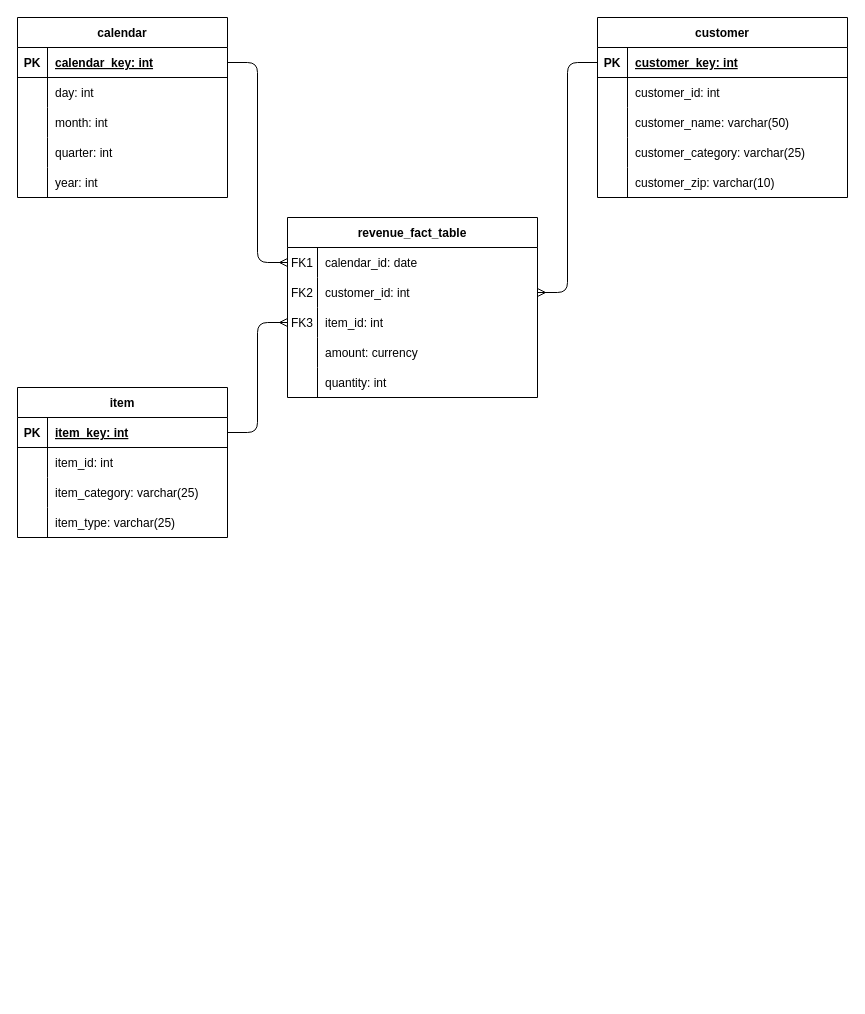
Earlier version of the draw.io diagram Untitled Diagram.drawio (PullMyFork/hello-world). Source tidied: cells renumbered, new cells numbered last; positions are measured from the earlier drawing's top-left corner, leaving out a move shared by most shapes. Both pictures are drawn from the tidied source at 100%, with x=0, y=0 at pixel (17, 17).
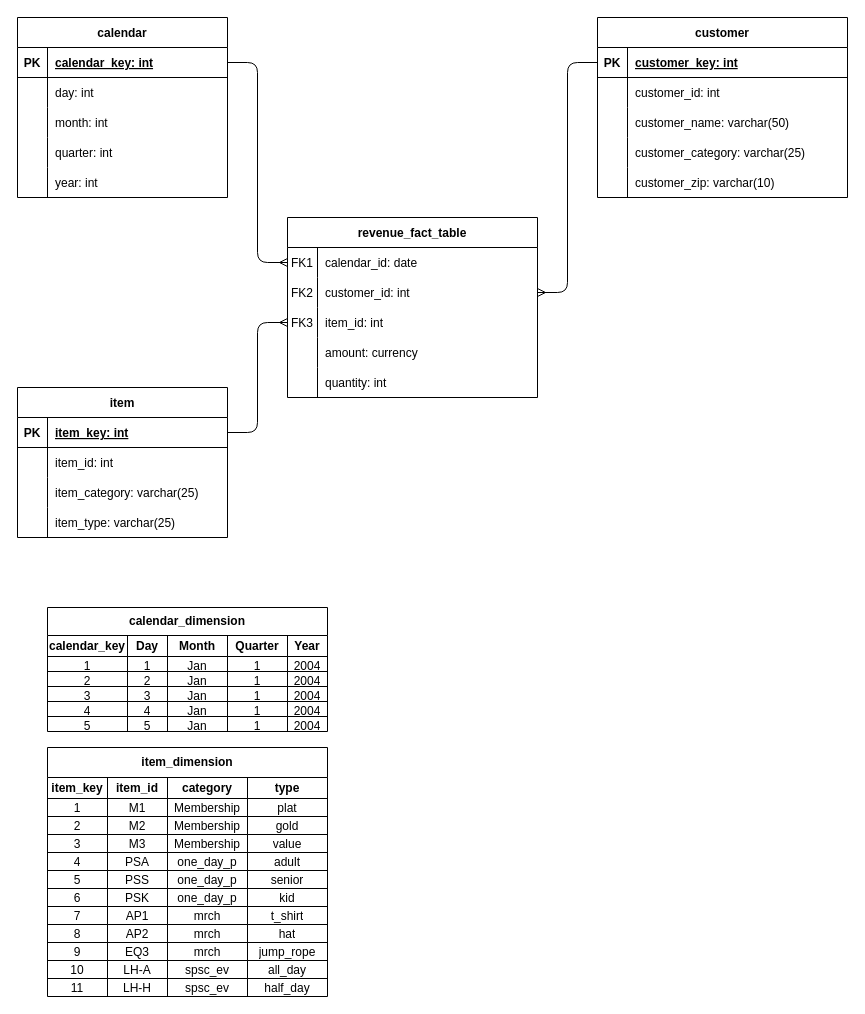
After the change.

What changed in the source:
```diff
@@
+    <mxCell id="66" value="calendar_dimension" style="shape=table;html=1;whiteSpace=wrap;startSize=28;childLayout=tableLayout;fontStyle=1;align=center;resizeLastRow=1;" parent="1" vertex="1">
+      <mxGeometry x="30" y="590" width="280" height="124" as="geometry" />
+    </mxCell>
+    <mxCell id="67" style="shape=partialRectangle;html=1;whiteSpace=wrap;fillColor=none;top=0;left=0;bottom=0;right=0;" parent="66" vertex="1">
+      <mxGeometry y="28" width="280" height="21" as="geometry" />
+    </mxCell>
+    <mxCell id="68" value="&lt;div&gt;calendar_key&lt;/div&gt;" style="shape=partialRectangle;html=1;whiteSpace=wrap;fillColor=none;top=0;left=0;bottom=0;right=0;overflow=hidden;fontStyle=1;" parent="67" vertex="1">
+      <mxGeometry width="80" height="21" as="geometry" />
+    </mxCell>
+    <mxCell id="69" value="Day" style="shape=partialRectangle;html=1;whiteSpace=wrap;fillColor=none;top=0;left=0;bottom=0;right=0;overflow=hidden;fontStyle=1;" parent="67" vertex="1">
+      <mxGeometry x="80" width="40" height="21" as="geometry" />
+    </mxCell>
+    <mxCell id="70" value="Month" style="shape=partialRectangle;html=1;whiteSpace=wrap;fillColor=none;top=0;left=0;bottom=0;right=0;overflow=hidden;fontStyle=1;" parent="67" vertex="1">
+      <mxGeometry x="120" width="60" height="21" as="geometry" />
+    </mxCell>
+    <mxCell id="71" value="Quarter" style="shape=partialRectangle;html=1;whiteSpace=wrap;fillColor=none;top=0;left=0;bottom=0;right=0;overflow=hidden;fontStyle=1;" parent="67" vertex="1">
+      <mxGeometry x="180" width="60" height="21" as="geometry" />
+    </mxCell>
+    <mxCell id="72" value="Year" style="shape=partialRectangle;html=1;whiteSpace=wrap;fillColor=none;top=0;left=0;bottom=0;right=0;overflow=hidden;fontStyle=1;" parent="67" vertex="1">
+      <mxGeometry x="240" width="40" height="21" as="geometry" />
+    </mxCell>
+    <mxCell id="73" style="shape=partialRectangle;html=1;whiteSpace=wrap;fillColor=none;top=0;left=0;bottom=0;right=0;" parent="66" vertex="1">
+      <mxGeometry y="49" width="280" height="15" as="geometry" />
+    </mxCell>
+    <mxCell id="74" value="1" style="shape=partialRectangle;html=1;whiteSpace=wrap;fillColor=none;top=0;left=0;bottom=0;right=0;overflow=hidden;" parent="73" vertex="1">
+      <mxGeometry width="80" height="15" as="geometry" />
+    </mxCell>
+    <mxCell id="75" value="1" style="shape=partialRectangle;html=1;whiteSpace=wrap;fillColor=none;top=0;left=0;bottom=0;right=0;overflow=hidden;" parent="73" vertex="1">
+      <mxGeometry x="80" width="40" height="15" as="geometry" />
+    </mxCell>
+    <mxCell id="76" value="Jan" style="shape=partialRectangle;html=1;whiteSpace=wrap;fillColor=none;top=0;left=0;bottom=0;right=0;overflow=hidden;" parent="73" vertex="1">
+      <mxGeometry x="120" width="60" height="15" as="geometry" />
+    </mxCell>
+    <mxCell id="77" value="1" style="shape=partialRectangle;html=1;whiteSpace=wrap;fillColor=none;top=0;left=0;bottom=0;right=0;overflow=hidden;" parent="73" vertex="1">
+      <mxGeometry x="180" width="60" height="15" as="geometry" />
+    </mxCell>
+    <mxCell id="78" value="2004" style="shape=partialRectangle;html=1;whiteSpace=wrap;fillColor=none;top=0;left=0;bottom=0;right=0;overflow=hidden;" parent="73" vertex="1">
+      <mxGeometry x="240" width="40" height="15" as="geometry" />
+    </mxCell>
+    <mxCell id="79" style="shape=partialRectangle;html=1;whiteSpace=wrap;fillColor=none;top=0;left=0;bottom=0;right=0;" parent="66" vertex="1">
+      <mxGeometry y="64" width="280" height="15" as="geometry" />
+    </mxCell>
+    <mxCell id="80" value="2" style="shape=partialRectangle;html=1;whiteSpace=wrap;fillColor=none;top=0;left=0;bottom=0;right=0;overflow=hidden;" parent="79" vertex="1">
+      <mxGeometry width="80" height="15" as="geometry" />
+    </mxCell>
+    <mxCell id="81" value="2" style="shape=partialRectangle;html=1;whiteSpace=wrap;fillColor=none;top=0;left=0;bottom=0;right=0;overflow=hidden;" parent="79" vertex="1">
+      <mxGeometry x="80" width="40" height="15" as="geometry" />
+    </mxCell>
+    <mxCell id="82" value="Jan" style="shape=partialRectangle;html=1;whiteSpace=wrap;fillColor=none;top=0;left=0;bottom=0;right=0;overflow=hidden;" parent="79" vertex="1">
+      <mxGeometry x="120" width="60" height="15" as="geometry" />
+    </mxCell>
+    <mxCell id="83" value="1" style="shape=partialRectangle;html=1;whiteSpace=wrap;fillColor=none;top=0;left=0;bottom=0;right=0;overflow=hidden;" parent="79" vertex="1">
+      <mxGeometry x="180" width="60" height="15" as="geometry" />
+    </mxCell>
+    <mxCell id="84" value="2004" style="shape=partialRectangle;html=1;whiteSpace=wrap;fillColor=none;top=0;left=0;bottom=0;right=0;overflow=hidden;" parent="79" vertex="1">
+      <mxGeometry x="240" width="40" height="15" as="geometry" />
+    </mxCell>
+    <mxCell id="85" style="shape=partialRectangle;html=1;whiteSpace=wrap;fillColor=none;top=0;left=0;bottom=0;right=0;" parent="66" vertex="1">
+      <mxGeometry y="79" width="280" height="15" as="geometry" />
+    </mxCell>
+    <mxCell id="86" value="3" style="shape=partialRectangle;html=1;whiteSpace=wrap;fillColor=none;top=0;left=0;bottom=0;right=0;overflow=hidden;" parent="85" vertex="1">
+      <mxGeometry width="80" height="15" as="geometry" />
+    </mxCell>
+    <mxCell id="87" value="3" style="shape=partialRectangle;html=1;whiteSpace=wrap;fillColor=none;top=0;left=0;bottom=0;right=0;overflow=hidden;" parent="85" vertex="1">
+      <mxGeometry x="80" width="40" height="15" as="geometry" />
+    </mxCell>
+    <mxCell id="88" value="Jan" style="shape=partialRectangle;html=1;whiteSpace=wrap;fillColor=none;top=0;left=0;bottom=0;right=0;overflow=hidden;" parent="85" vertex="1">
+      <mxGeometry x="120" width="60" height="15" as="geometry" />
+    </mxCell>
+    <mxCell id="89" value="1" style="shape=partialRectangle;html=1;whiteSpace=wrap;fillColor=none;top=0;left=0;bottom=0;right=0;overflow=hidden;" parent="85" vertex="1">
+      <mxGeometry x="180" width="60" height="15" as="geometry" />
+    </mxCell>
+    <mxCell id="90" value="2004" style="shape=partialRectangle;html=1;whiteSpace=wrap;fillColor=none;top=0;left=0;bottom=0;right=0;overflow=hidden;" parent="85" vertex="1">
+      <mxGeometry x="240" width="40" height="15" as="geometry" />
+    </mxCell>
+    <mxCell id="91" style="shape=partialRectangle;html=1;whiteSpace=wrap;fillColor=none;top=0;left=0;bottom=0;right=0;" parent="66" vertex="1">
+      <mxGeometry y="94" width="280" height="15" as="geometry" />
+    </mxCell>
+    <mxCell id="92" value="4" style="shape=partialRectangle;html=1;whiteSpace=wrap;fillColor=none;top=0;left=0;bottom=0;right=0;overflow=hidden;" parent="91" vertex="1">
+      <mxGeometry width="80" height="15" as="geometry" />
+    </mxCell>
+    <mxCell id="93" value="4" style="shape=partialRectangle;html=1;whiteSpace=wrap;fillColor=none;top=0;left=0;bottom=0;right=0;overflow=hidden;" parent="91" vertex="1">
+      <mxGeometry x="80" width="40" height="15" as="geometry" />
+    </mxCell>
+    <mxCell id="94" value="Jan" style="shape=partialRectangle;html=1;whiteSpace=wrap;fillColor=none;top=0;left=0;bottom=0;right=0;overflow=hidden;" parent="91" vertex="1">
+      <mxGeometry x="120" width="60" height="15" as="geometry" />
+    </mxCell>
+    <mxCell id="95" value="1" style="shape=partialRectangle;html=1;whiteSpace=wrap;fillColor=none;top=0;left=0;bottom=0;right=0;overflow=hidden;" parent="91" vertex="1">
+      <mxGeometry x="180" width="60" height="15" as="geometry" />
+    </mxCell>
+    <mxCell id="96" value="2004" style="shape=partialRectangle;html=1;whiteSpace=wrap;fillColor=none;top=0;left=0;bottom=0;right=0;overflow=hidden;" parent="91" vertex="1">
+      <mxGeometry x="240" width="40" height="15" as="geometry" />
+    </mxCell>
+    <mxCell id="97" style="shape=partialRectangle;html=1;whiteSpace=wrap;fillColor=none;top=0;left=0;bottom=0;right=0;" parent="66" vertex="1">
+      <mxGeometry y="109" width="280" height="15" as="geometry" />
+    </mxCell>
+    <mxCell id="98" value="5" style="shape=partialRectangle;html=1;whiteSpace=wrap;fillColor=none;top=0;left=0;bottom=0;right=0;overflow=hidden;" parent="97" vertex="1">
+      <mxGeometry width="80" height="15" as="geometry" />
+    </mxCell>
+    <mxCell id="99" value="5" style="shape=partialRectangle;html=1;whiteSpace=wrap;fillColor=none;top=0;left=0;bottom=0;right=0;overflow=hidden;" parent="97" vertex="1">
+      <mxGeometry x="80" width="40" height="15" as="geometry" />
+    </mxCell>
+    <mxCell id="100" value="Jan" style="shape=partialRectangle;html=1;whiteSpace=wrap;fillColor=none;top=0;left=0;bottom=0;right=0;overflow=hidden;" parent="97" vertex="1">
+      <mxGeometry x="120" width="60" height="15" as="geometry" />
+    </mxCell>
+    <mxCell id="101" value="1" style="shape=partialRectangle;html=1;whiteSpace=wrap;fillColor=none;top=0;left=0;bottom=0;right=0;overflow=hidden;" parent="97" vertex="1">
+      <mxGeometry x="180" width="60" height="15" as="geometry" />
+    </mxCell>
+    <mxCell id="102" value="2004" style="shape=partialRectangle;html=1;whiteSpace=wrap;fillColor=none;top=0;left=0;bottom=0;right=0;overflow=hidden;" parent="97" vertex="1">
+      <mxGeometry x="240" width="40" height="15" as="geometry" />
+    </mxCell>
+    <mxCell id="103" value="item_dimension" style="shape=table;html=1;whiteSpace=wrap;startSize=30;childLayout=tableLayout;fontStyle=1;align=center;" parent="1" vertex="1">
+      <mxGeometry x="30" y="730" width="280" height="249" as="geometry" />
+    </mxCell>
+    <mxCell id="104" style="shape=partialRectangle;html=1;whiteSpace=wrap;fillColor=none;top=0;left=0;bottom=0;right=0;" parent="103" vertex="1">
+      <mxGeometry y="30" width="280" height="21" as="geometry" />
+    </mxCell>
+    <mxCell id="105" value="item_key" style="shape=partialRectangle;html=1;whiteSpace=wrap;fillColor=none;top=0;left=0;bottom=0;right=0;overflow=hidden;fontStyle=1;" parent="104" vertex="1">
+      <mxGeometry width="60" height="21" as="geometry" />
+    </mxCell>
+    <mxCell id="106" value="item_id" style="shape=partialRectangle;html=1;whiteSpace=wrap;fillColor=none;top=0;left=0;bottom=0;right=0;overflow=hidden;fontStyle=1;" parent="104" vertex="1">
+      <mxGeometry x="60" width="60" height="21" as="geometry" />
+    </mxCell>
+    <mxCell id="107" value="category" style="shape=partialRectangle;html=1;whiteSpace=wrap;fillColor=none;top=0;left=0;bottom=0;right=0;overflow=hidden;fontStyle=1;" parent="104" vertex="1">
+      <mxGeometry x="120" width="80" height="21" as="geometry" />
+    </mxCell>
+    <mxCell id="108" value="type" style="shape=partialRectangle;html=1;whiteSpace=wrap;fillColor=none;top=0;left=0;bottom=0;right=0;overflow=hidden;fontStyle=1;" parent="104" vertex="1">
+      <mxGeometry x="200" width="80" height="21" as="geometry" />
+    </mxCell>
+    <mxCell id="109" style="shape=partialRectangle;html=1;whiteSpace=wrap;fillColor=none;top=0;left=0;bottom=0;right=0;" parent="103" vertex="1">
+      <mxGeometry y="51" width="280" height="18" as="geometry" />
+    </mxCell>
+    <mxCell id="110" value="1" style="shape=partialRectangle;html=1;whiteSpace=wrap;fillColor=none;top=0;left=0;bottom=0;right=0;overflow=hidden;" parent="109" vertex="1">
+      <mxGeometry width="60" height="18" as="geometry" />
+    </mxCell>
+    <mxCell id="111" value="M1" style="shape=partialRectangle;html=1;whiteSpace=wrap;fillColor=none;top=0;left=0;bottom=0;right=0;overflow=hidden;" parent="109" vertex="1">
+      <mxGeometry x="60" width="60" height="18" as="geometry" />
+    </mxCell>
+    <mxCell id="112" value="Membership" style="shape=partialRectangle;html=1;whiteSpace=wrap;fillColor=none;top=0;left=0;bottom=0;right=0;overflow=hidden;" parent="109" vertex="1">
+      <mxGeometry x="120" width="80" height="18" as="geometry" />
+    </mxCell>
+    <mxCell id="113" value="plat" style="shape=partialRectangle;html=1;whiteSpace=wrap;fillColor=none;top=0;left=0;bottom=0;right=0;overflow=hidden;" parent="109" vertex="1">
+      <mxGeometry x="200" width="80" height="18" as="geometry" />
+    </mxCell>
+    <mxCell id="114" style="shape=partialRectangle;html=1;whiteSpace=wrap;fillColor=none;top=0;left=0;bottom=0;right=0;" parent="103" vertex="1">
+      <mxGeometry y="69" width="280" height="18" as="geometry" />
+    </mxCell>
+    <mxCell id="115" value="2" style="shape=partialRectangle;html=1;whiteSpace=wrap;fillColor=none;top=0;left=0;bottom=0;right=0;overflow=hidden;" parent="114" vertex="1">
+      <mxGeometry width="60" height="18" as="geometry" />
+    </mxCell>
+    <mxCell id="116" value="M2" style="shape=partialRectangle;html=1;whiteSpace=wrap;fillColor=none;top=0;left=0;bottom=0;right=0;overflow=hidden;" parent="114" vertex="1">
+      <mxGeometry x="60" width="60" height="18" as="geometry" />
+    </mxCell>
+    <mxCell id="117" value="Membership" style="shape=partialRectangle;html=1;whiteSpace=wrap;fillColor=none;top=0;left=0;bottom=0;right=0;overflow=hidden;" parent="114" vertex="1">
+      <mxGeometry x="120" width="80" height="18" as="geometry" />
+    </mxCell>
+    <mxCell id="118" value="gold" style="shape=partialRectangle;html=1;whiteSpace=wrap;fillColor=none;top=0;left=0;bottom=0;right=0;overflow=hidden;" parent="114" vertex="1">
+      <mxGeometry x="200" width="80" height="18" as="geometry" />
+    </mxCell>
+    <mxCell id="119" style="shape=partialRectangle;html=1;whiteSpace=wrap;fillColor=none;top=0;left=0;bottom=0;right=0;" parent="103" vertex="1">
+      <mxGeometry y="87" width="280" height="18" as="geometry" />
+    </mxCell>
+    <mxCell id="120" value="3" style="shape=partialRectangle;html=1;whiteSpace=wrap;fillColor=none;top=0;left=0;bottom=0;right=0;overflow=hidden;" parent="119" vertex="1">
+      <mxGeometry width="60" height="18" as="geometry" />
+    </mxCell>
+    <mxCell id="121" value="M3" style="shape=partialRectangle;html=1;whiteSpace=wrap;fillColor=none;top=0;left=0;bottom=0;right=0;overflow=hidden;" parent="119" vertex="1">
+      <mxGeometry x="60" width="60" height="18" as="geometry" />
+    </mxCell>
+    <mxCell id="122" value="Membership" style="shape=partialRectangle;html=1;whiteSpace=wrap;fillColor=none;top=0;left=0;bottom=0;right=0;overflow=hidden;" parent="119" vertex="1">
+      <mxGeometry x="120" width="80" height="18" as="geometry" />
+    </mxCell>
+    <mxCell id="123" value="value" style="shape=partialRectangle;html=1;whiteSpace=wrap;fillColor=none;top=0;left=0;bottom=0;right=0;overflow=hidden;" parent="119" vertex="1">
+      <mxGeometry x="200" width="80" height="18" as="geometry" />
+    </mxCell>
+    <mxCell id="124" style="shape=partialRectangle;html=1;whiteSpace=wrap;fillColor=none;top=0;left=0;bottom=0;right=0;" parent="103" vertex="1">
+      <mxGeometry y="105" width="280" height="18" as="geometry" />
+    </mxCell>
+    <mxCell id="125" value="4" style="shape=partialRectangle;html=1;whiteSpace=wrap;fillColor=none;top=0;left=0;bottom=0;right=0;overflow=hidden;" parent="124" vertex="1">
+      <mxGeometry width="60" height="18" as="geometry" />
+    </mxCell>
+    <mxCell id="126" value="PSA" style="shape=partialRectangle;html=1;whiteSpace=wrap;fillColor=none;top=0;left=0;bottom=0;right=0;overflow=hidden;" parent="124" vertex="1">
+      <mxGeometry x="60" width="60" height="18" as="geometry" />
+    </mxCell>
+    <mxCell id="127" value="one_day_p" style="shape=partialRectangle;html=1;whiteSpace=wrap;fillColor=none;top=0;left=0;bottom=0;right=0;overflow=hidden;" parent="124" vertex="1">
+      <mxGeometry x="120" width="80" height="18" as="geometry" />
+    </mxCell>
+    <mxCell id="128" value="adult" style="shape=partialRectangle;html=1;whiteSpace=wrap;fillColor=none;top=0;left=0;bottom=0;right=0;overflow=hidden;" parent="124" vertex="1">
+      <mxGeometry x="200" width="80" height="18" as="geometry" />
+    </mxCell>
+    <mxCell id="129" style="shape=partialRectangle;html=1;whiteSpace=wrap;fillColor=none;top=0;left=0;bottom=0;right=0;" parent="103" vertex="1">
+      <mxGeometry y="123" width="280" height="18" as="geometry" />
+    </mxCell>
+    <mxCell id="130" value="5" style="shape=partialRectangle;html=1;whiteSpace=wrap;fillColor=none;top=0;left=0;bottom=0;right=0;overflow=hidden;" parent="129" vertex="1">
+      <mxGeometry width="60" height="18" as="geometry" />
+    </mxCell>
+    <mxCell id="131" value="PSS" style="shape=partialRectangle;html=1;whiteSpace=wrap;fillColor=none;top=0;left=0;bottom=0;right=0;overflow=hidden;" parent="129" vertex="1">
+      <mxGeometry x="60" width="60" height="18" as="geometry" />
+    </mxCell>
+    <mxCell id="132" value="one_day_p" style="shape=partialRectangle;html=1;whiteSpace=wrap;fillColor=none;top=0;left=0;bottom=0;right=0;overflow=hidden;" parent="129" vertex="1">
+      <mxGeometry x="120" width="80" height="18" as="geometry" />
+    </mxCell>
+    <mxCell id="133" value="senior" style="shape=partialRectangle;html=1;whiteSpace=wrap;fillColor=none;top=0;left=0;bottom=0;right=0;overflow=hidden;" parent="129" vertex="1">
+      <mxGeometry x="200" width="80" height="18" as="geometry" />
+    </mxCell>
+    <mxCell id="134" style="shape=partialRectangle;html=1;whiteSpace=wrap;fillColor=none;top=0;left=0;bottom=0;right=0;" parent="103" vertex="1">
+      <mxGeometry y="141" width="280" height="18" as="geometry" />
+    </mxCell>
+    <mxCell id="135" value="6" style="shape=partialRectangle;html=1;whiteSpace=wrap;fillColor=none;top=0;left=0;bottom=0;right=0;overflow=hidden;" parent="134" vertex="1">
+      <mxGeometry width="60" height="18" as="geometry" />
+    </mxCell>
+    <mxCell id="136" value="PSK" style="shape=partialRectangle;html=1;whiteSpace=wrap;fillColor=none;top=0;left=0;bottom=0;right=0;overflow=hidden;" parent="134" vertex="1">
+      <mxGeometry x="60" width="60" height="18" as="geometry" />
+    </mxCell>
+    <mxCell id="137" value="one_day_p" style="shape=partialRectangle;html=1;whiteSpace=wrap;fillColor=none;top=0;left=0;bottom=0;right=0;overflow=hidden;" parent="134" vertex="1">
+      <mxGeometry x="120" width="80" height="18" as="geometry" />
+    </mxCell>
+    <mxCell id="138" value="kid" style="shape=partialRectangle;html=1;whiteSpace=wrap;fillColor=none;top=0;left=0;bottom=0;right=0;overflow=hidden;" parent="134" vertex="1">
+      <mxGeometry x="200" width="80" height="18" as="geometry" />
+    </mxCell>
+    <mxCell id="139" style="shape=partialRectangle;html=1;whiteSpace=wrap;fillColor=none;top=0;left=0;bottom=0;right=0;" parent="103" vertex="1">
+      <mxGeometry y="159" width="280" height="18" as="geometry" />
+    </mxCell>
+    <mxCell id="140" value="7" style="shape=partialRectangle;html=1;whiteSpace=wrap;fillColor=none;top=0;left=0;bottom=0;right=0;overflow=hidden;" parent="139" vertex="1">
+      <mxGeometry width="60" height="18" as="geometry" />
+    </mxCell>
+    <mxCell id="141" value="AP1" style="shape=partialRectangle;html=1;whiteSpace=wrap;fillColor=none;top=0;left=0;bottom=0;right=0;overflow=hidden;" parent="139" vertex="1">
+      <mxGeometry x="60" width="60" height="18" as="geometry" />
+    </mxCell>
+    <mxCell id="142" value="mrch" style="shape=partialRectangle;html=1;whiteSpace=wrap;fillColor=none;top=0;left=0;bottom=0;right=0;overflow=hidden;" parent="139" vertex="1">
+      <mxGeometry x="120" width="80" height="18" as="geometry" />
+    </mxCell>
+    <mxCell id="143" value="t_shirt" style="shape=partialRectangle;html=1;whiteSpace=wrap;fillColor=none;top=0;left=0;bottom=0;right=0;overflow=hidden;" parent="139" vertex="1">
+      <mxGeometry x="200" width="80" height="18" as="geometry" />
+    </mxCell>
+    <mxCell id="144" style="shape=partialRectangle;html=1;whiteSpace=wrap;fillColor=none;top=0;left=0;bottom=0;right=0;" parent="103" vertex="1">
+      <mxGeometry y="177" width="280" height="18" as="geometry" />
+    </mxCell>
+    <mxCell id="145" value="8" style="shape=partialRectangle;html=1;whiteSpace=wrap;fillColor=none;top=0;left=0;bottom=0;right=0;overflow=hidden;" parent="144" vertex="1">
+      <mxGeometry width="60" height="18" as="geometry" />
+    </mxCell>
+    <mxCell id="146" value="AP2" style="shape=partialRectangle;html=1;whiteSpace=wrap;fillColor=none;top=0;left=0;bottom=0;right=0;overflow=hidden;" parent="144" vertex="1">
+      <mxGeometry x="60" width="60" height="18" as="geometry" />
+    </mxCell>
+    <mxCell id="147" value="mrch" style="shape=partialRectangle;html=1;whiteSpace=wrap;fillColor=none;top=0;left=0;bottom=0;right=0;overflow=hidden;" parent="144" vertex="1">
+      <mxGeometry x="120" width="80" height="18" as="geometry" />
+    </mxCell>
+    <mxCell id="148" value="hat" style="shape=partialRectangle;html=1;whiteSpace=wrap;fillColor=none;top=0;left=0;bottom=0;right=0;overflow=hidden;" parent="144" vertex="1">
+      <mxGeometry x="200" width="80" height="18" as="geometry" />
+    </mxCell>
+    <mxCell id="149" style="shape=partialRectangle;html=1;whiteSpace=wrap;fillColor=none;top=0;left=0;bottom=0;right=0;" parent="103" vertex="1">
+      <mxGeometry y="195" width="280" height="18" as="geometry" />
+    </mxCell>
+    <mxCell id="150" value="9" style="shape=partialRectangle;html=1;whiteSpace=wrap;fillColor=none;top=0;left=0;bottom=0;right=0;overflow=hidden;" parent="149" vertex="1">
+      <mxGeometry width="60" height="18" as="geometry" />
+    </mxCell>
+    <mxCell id="151" value="EQ3" style="shape=partialRectangle;html=1;whiteSpace=wrap;fillColor=none;top=0;left=0;bottom=0;right=0;overflow=hidden;" parent="149" vertex="1">
+      <mxGeometry x="60" width="60" height="18" as="geometry" />
+    </mxCell>
+    <mxCell id="152" value="mrch" style="shape=partialRectangle;html=1;whiteSpace=wrap;fillColor=none;top=0;left=0;bottom=0;right=0;overflow=hidden;" parent="149" vertex="1">
+      <mxGeometry x="120" width="80" height="18" as="geometry" />
+    </mxCell>
+    <mxCell id="153" value="jump_rope" style="shape=partialRectangle;html=1;whiteSpace=wrap;fillColor=none;top=0;left=0;bottom=0;right=0;overflow=hidden;" parent="149" vertex="1">
+      <mxGeometry x="200" width="80" height="18" as="geometry" />
+    </mxCell>
+    <mxCell id="154" style="shape=partialRectangle;html=1;whiteSpace=wrap;fillColor=none;top=0;left=0;bottom=0;right=0;" parent="103" vertex="1">
+      <mxGeometry y="213" width="280" height="18" as="geometry" />
+    </mxCell>
+    <mxCell id="155" value="10" style="shape=partialRectangle;html=1;whiteSpace=wrap;fillColor=none;top=0;left=0;bottom=0;right=0;overflow=hidden;" parent="154" vertex="1">
+      <mxGeometry width="60" height="18" as="geometry" />
+    </mxCell>
+    <mxCell id="156" value="LH-A" style="shape=partialRectangle;html=1;whiteSpace=wrap;fillColor=none;top=0;left=0;bottom=0;right=0;overflow=hidden;" parent="154" vertex="1">
+      <mxGeometry x="60" width="60" height="18" as="geometry" />
+    </mxCell>
+    <mxCell id="157" value="spsc_ev" style="shape=partialRectangle;html=1;whiteSpace=wrap;fillColor=none;top=0;left=0;bottom=0;right=0;overflow=hidden;" parent="154" vertex="1">
+      <mxGeometry x="120" width="80" height="18" as="geometry" />
+    </mxCell>
+    <mxCell id="158" value="all_day" style="shape=partialRectangle;html=1;whiteSpace=wrap;fillColor=none;top=0;left=0;bottom=0;right=0;overflow=hidden;" parent="154" vertex="1">
+      <mxGeometry x="200" width="80" height="18" as="geometry" />
+    </mxCell>
+    <mxCell id="159" style="shape=partialRectangle;html=1;whiteSpace=wrap;fillColor=none;top=0;left=0;bottom=0;right=0;" parent="103" vertex="1">
+      <mxGeometry y="231" width="280" height="18" as="geometry" />
+    </mxCell>
+    <mxCell id="160" value="11" style="shape=partialRectangle;html=1;whiteSpace=wrap;fillColor=none;top=0;left=0;bottom=0;right=0;overflow=hidden;" parent="159" vertex="1">
+      <mxGeometry width="60" height="18" as="geometry" />
+    </mxCell>
+    <mxCell id="161" value="LH-H" style="shape=partialRectangle;html=1;whiteSpace=wrap;fillColor=none;top=0;left=0;bottom=0;right=0;overflow=hidden;" parent="159" vertex="1">
+      <mxGeometry x="60" width="60" height="18" as="geometry" />
+    </mxCell>
+    <mxCell id="162" value="spsc_ev" style="shape=partialRectangle;html=1;whiteSpace=wrap;fillColor=none;top=0;left=0;bottom=0;right=0;overflow=hidden;" parent="159" vertex="1">
+      <mxGeometry x="120" width="80" height="18" as="geometry" />
+    </mxCell>
+    <mxCell id="163" value="half_day" style="shape=partialRectangle;html=1;whiteSpace=wrap;fillColor=none;top=0;left=0;bottom=0;right=0;overflow=hidden;" parent="159" vertex="1">
+      <mxGeometry x="200" width="80" height="18" as="geometry" />
+    </mxCell>
```
